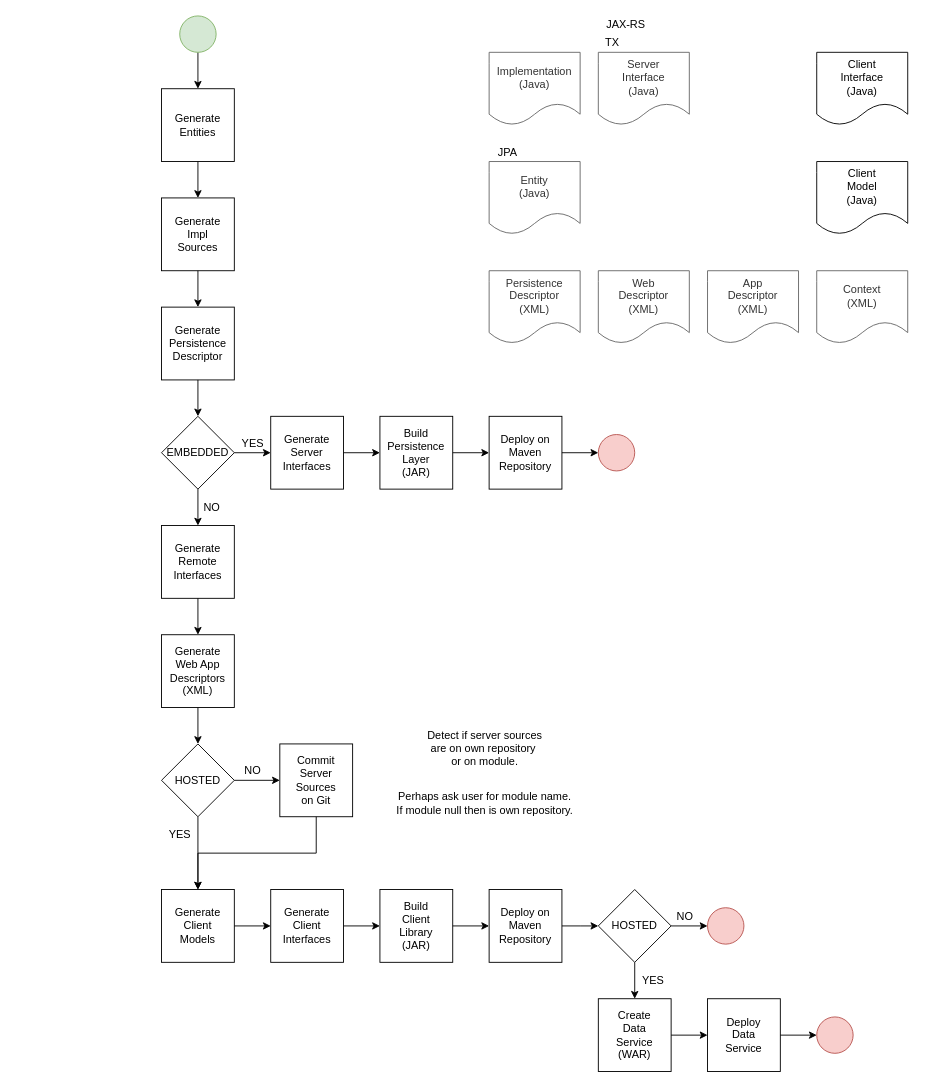
Earlier version of the draw.io diagram page "Page-7" (7 of 8) of doc/diagrams.drawio (js-lib-com/tiny-store). Source tidied: cells renumbered, new cells numbered last; positions are measured from the earlier drawing's top-left corner, leaving out a move shared by most shapes. Both pictures are drawn from the tidied source at 91%, with x=0, y=0 at pixel (161, 15).
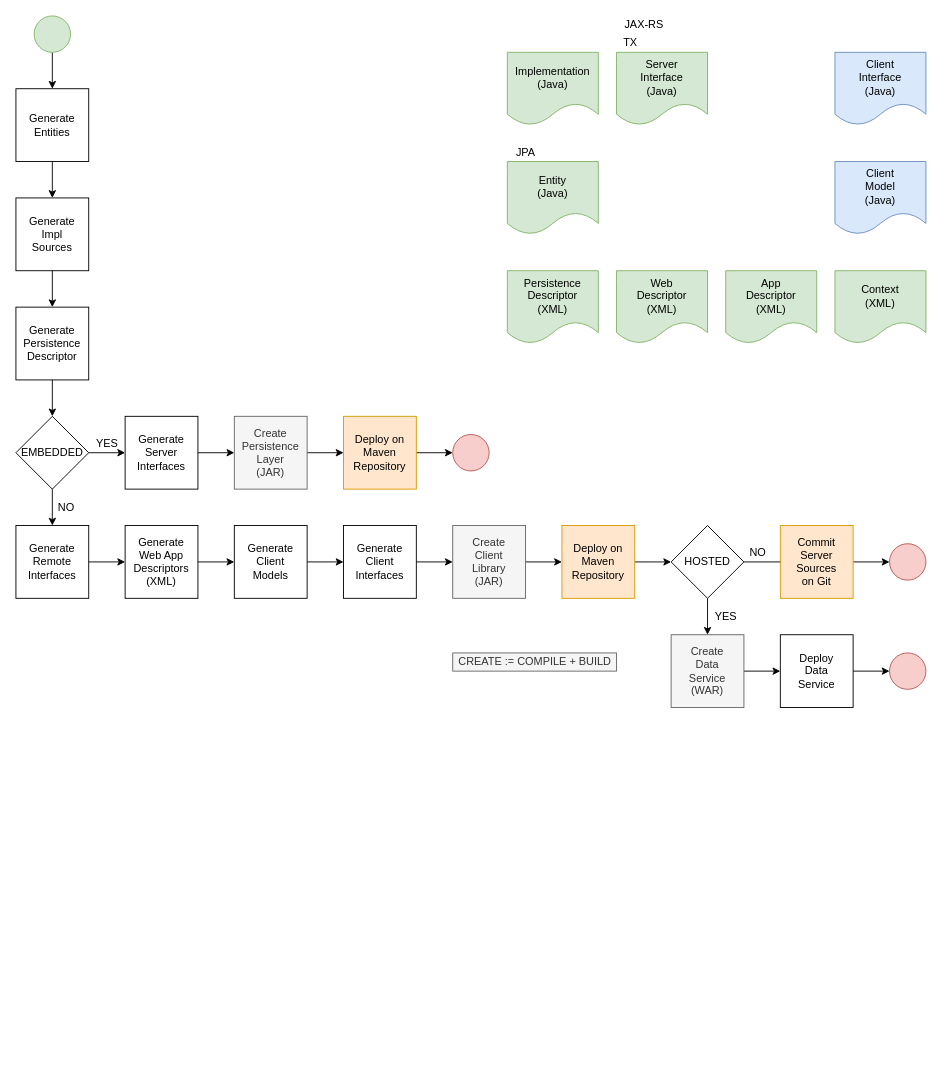
Above is the later version.

Change to the diagram source:
```diff
@@
     <mxCell id="3" style="ellipse;whiteSpace=wrap;html=1;fillColor=#d5e8d4;strokeColor=#82b366;" parent="1" vertex="1">
-      <mxGeometry x="20" width="40" height="40" as="geometry" />
+      <mxGeometry x="-140" width="40" height="40" as="geometry" />
     </mxCell>
@@
     <mxCell id="6" value="EMBEDDED" style="rhombus;whiteSpace=wrap;html=1;fillColor=none;" parent="1" vertex="1">
-      <mxGeometry y="440" width="80" height="80" as="geometry" />
+      <mxGeometry x="-160" y="440" width="80" height="80" as="geometry" />
     </mxCell>
@@
     <mxCell id="8" value="Generate&lt;br&gt;Impl&lt;br&gt;Sources" style="whiteSpace=wrap;html=1;fillColor=none;" parent="1" vertex="1">
-      <mxGeometry y="200" width="80" height="80" as="geometry" />
+      <mxGeometry x="-160" y="200" width="80" height="80" as="geometry" />
     </mxCell>
@@
-    <mxCell id="10" value="Build&lt;br&gt;Persistence&lt;br&gt;Layer&lt;br&gt;(JAR)" style="whiteSpace=wrap;html=1;fillColor=none;" parent="1" vertex="1">
-      <mxGeometry x="240" y="440" width="80" height="80" as="geometry" />
+    <mxCell id="10" value="Create&lt;br&gt;Persistence&lt;br&gt;Layer&lt;br&gt;(JAR)" style="whiteSpace=wrap;html=1;fillColor=#f5f5f5;fontColor=#333333;strokeColor=#666666;" parent="1" vertex="1">
+      <mxGeometry x="80" y="440" width="80" height="80" as="geometry" />
     </mxCell>
     <mxCell id="11" value="YES" style="text;html=1;align=center;verticalAlign=middle;strokeColor=none;fillColor=none;" parent="1" vertex="1">
-      <mxGeometry x="80" y="460" width="40" height="20" as="geometry" />
+      <mxGeometry x="-80" y="460" width="40" height="20" as="geometry" />
     </mxCell>
     <mxCell id="12" style="ellipse;whiteSpace=wrap;html=1;fillColor=#f8cecc;strokeColor=#b85450;" parent="1" vertex="1">
-      <mxGeometry x="480" y="460" width="40" height="40" as="geometry" />
+      <mxGeometry x="320" y="460" width="40" height="40" as="geometry" />
     </mxCell>
@@
     <mxCell id="14" value="Generate&lt;br&gt;Persistence&lt;br&gt;Descriptor" style="whiteSpace=wrap;html=1;fillColor=none;" parent="1" vertex="1">
-      <mxGeometry y="320" width="80" height="80" as="geometry" />
+      <mxGeometry x="-160" y="320" width="80" height="80" as="geometry" />
     </mxCell>
-    <mxCell id="15" style="edgeStyle=orthogonalEdgeStyle;rounded=0;jettySize=auto;html=1;exitX=0.5;exitY=1;exitDx=0;exitDy=0;" parent="1" edge="1" source="16" target="40">
-      <mxGeometry relative="1" as="geometry" />
-    </mxCell>
-    <mxCell id="16" value="Commit&lt;br&gt;Server&lt;br&gt;Sources&lt;br&gt;on Git" style="whiteSpace=wrap;html=1;fillColor=none;" parent="1" vertex="1">
-      <mxGeometry x="130" y="800" width="80" height="80" as="geometry" />
-    </mxCell>
     <mxCell id="17" value="NO" style="text;html=1;align=center;verticalAlign=middle;strokeColor=none;fillColor=none;" parent="1" vertex="1">
-      <mxGeometry x="40" y="530" width="30" height="20" as="geometry" />
+      <mxGeometry x="-120" y="530" width="30" height="20" as="geometry" />
     </mxCell>
@@
     <mxCell id="19" value="Generate&lt;br&gt;Client&lt;br&gt;Interfaces" style="whiteSpace=wrap;html=1;fillColor=none;" parent="1" vertex="1">
-      <mxGeometry x="120" y="960" width="80" height="80" as="geometry" />
+      <mxGeometry x="200" y="560" width="80" height="80" as="geometry" />
     </mxCell>
@@
-    <mxCell id="21" value="Deploy on&lt;br&gt;Maven&lt;br&gt;Repository" style="whiteSpace=wrap;html=1;fillColor=none;" parent="1" vertex="1">
-      <mxGeometry x="360" y="440" width="80" height="80" as="geometry" />
+    <mxCell id="21" value="Deploy on&lt;br&gt;Maven&lt;br&gt;Repository" style="whiteSpace=wrap;html=1;fillColor=#ffe6cc;strokeColor=#d79b00;" parent="1" vertex="1">
+      <mxGeometry x="200" y="440" width="80" height="80" as="geometry" />
     </mxCell>
@@
-    <mxCell id="23" value="Build&lt;br&gt;Client&lt;br&gt;Library&lt;br&gt;(JAR)" style="whiteSpace=wrap;html=1;fillColor=none;" parent="1" vertex="1">
-      <mxGeometry x="240" y="960" width="80" height="80" as="geometry" />
+    <mxCell id="23" value="Create&lt;br&gt;Client&lt;br&gt;Library&lt;br&gt;(JAR)" style="whiteSpace=wrap;html=1;fillColor=#f5f5f5;fontColor=#333333;strokeColor=#666666;" parent="1" vertex="1">
+      <mxGeometry x="320" y="560" width="80" height="80" as="geometry" />
     </mxCell>
@@
     <mxCell id="25" value="Generate&lt;br&gt;Server&lt;br&gt;Interfaces" style="whiteSpace=wrap;html=1;fillColor=none;" parent="1" vertex="1">
-      <mxGeometry x="120" y="440" width="80" height="80" as="geometry" />
+      <mxGeometry x="-40" y="440" width="80" height="80" as="geometry" />
     </mxCell>
@@
     <mxCell id="27" value="Generate&lt;br&gt;Remote&lt;br&gt;Interfaces" style="whiteSpace=wrap;html=1;fillColor=none;" parent="1" vertex="1">
-      <mxGeometry y="560" width="80" height="80" as="geometry" />
+      <mxGeometry x="-160" y="560" width="80" height="80" as="geometry" />
     </mxCell>
-    <mxCell id="28" value="Implementation&lt;br&gt;(Java)" style="shape=document;whiteSpace=wrap;html=1;boundedLbl=1;fillColor=none;fontColor=#333333;strokeColor=#666666;" parent="1" vertex="1">
-      <mxGeometry x="360" y="40" width="100" height="80" as="geometry" />
+    <mxCell id="28" value="Implementation&lt;br&gt;(Java)" style="shape=document;whiteSpace=wrap;html=1;boundedLbl=1;fillColor=#d5e8d4;strokeColor=#82b366;" parent="1" vertex="1">
+      <mxGeometry x="380" y="40" width="100" height="80" as="geometry" />
     </mxCell>
-    <mxCell id="29" value="Server&lt;br&gt;Interface&lt;br&gt;(Java)" style="shape=document;whiteSpace=wrap;html=1;boundedLbl=1;fillColor=none;fontColor=#333333;strokeColor=#666666;" parent="1" vertex="1">
-      <mxGeometry x="480" y="40" width="100" height="80" as="geometry" />
+    <mxCell id="29" value="Server&lt;br&gt;Interface&lt;br&gt;(Java)" style="shape=document;whiteSpace=wrap;html=1;boundedLbl=1;fillColor=#d5e8d4;strokeColor=#82b366;" parent="1" vertex="1">
+      <mxGeometry x="500" y="40" width="100" height="80" as="geometry" />
     </mxCell>
-    <mxCell id="30" value="Client&lt;br&gt;Interface&lt;br&gt;(Java)" style="shape=document;whiteSpace=wrap;html=1;boundedLbl=1;fillColor=none;" parent="1" vertex="1">
-      <mxGeometry x="720" y="40" width="100" height="80" as="geometry" />
+    <mxCell id="30" value="Client&lt;br&gt;Interface&lt;br&gt;(Java)" style="shape=document;whiteSpace=wrap;html=1;boundedLbl=1;fillColor=#dae8fc;strokeColor=#6c8ebf;" parent="1" vertex="1">
+      <mxGeometry x="740" y="40" width="100" height="80" as="geometry" />
     </mxCell>
-    <mxCell id="31" value="Entity&lt;br&gt;(Java)" style="shape=document;whiteSpace=wrap;html=1;boundedLbl=1;fillColor=none;strokeColor=#666666;fontColor=#333333;" parent="1" vertex="1">
-      <mxGeometry x="360" y="160" width="100" height="80" as="geometry" />
+    <mxCell id="31" value="Entity&lt;br&gt;(Java)" style="shape=document;whiteSpace=wrap;html=1;boundedLbl=1;fillColor=#d5e8d4;strokeColor=#82b366;" parent="1" vertex="1">
+      <mxGeometry x="380" y="160" width="100" height="80" as="geometry" />
     </mxCell>
-    <mxCell id="32" value="Client&lt;br&gt;Model&lt;br&gt;(Java)" style="shape=document;whiteSpace=wrap;html=1;boundedLbl=1;fillColor=none;" parent="1" vertex="1">
-      <mxGeometry x="720" y="160" width="100" height="80" as="geometry" />
+    <mxCell id="32" value="Client&lt;br&gt;Model&lt;br&gt;(Java)" style="shape=document;whiteSpace=wrap;html=1;boundedLbl=1;fillColor=#dae8fc;strokeColor=#6c8ebf;" parent="1" vertex="1">
+      <mxGeometry x="740" y="160" width="100" height="80" as="geometry" />
     </mxCell>
     <mxCell id="33" value="JAX-RS" style="text;html=1;align=center;verticalAlign=middle;strokeColor=none;fillColor=none;" parent="1" vertex="1">
-      <mxGeometry x="480" width="60" height="20" as="geometry" />
+      <mxGeometry x="500" width="60" height="20" as="geometry" />
     </mxCell>
     <mxCell id="34" value="TX" style="text;html=1;align=center;verticalAlign=middle;strokeColor=none;fillColor=none;" parent="1" vertex="1">
-      <mxGeometry x="480" y="20" width="30" height="20" as="geometry" />
+      <mxGeometry x="500" y="20" width="30" height="20" as="geometry" />
     </mxCell>
     <mxCell id="35" value="JPA" style="text;html=1;align=center;verticalAlign=middle;strokeColor=none;fillColor=none;" parent="1" vertex="1">
-      <mxGeometry x="360" y="140" width="40" height="20" as="geometry" />
+      <mxGeometry x="380" y="140" width="40" height="20" as="geometry" />
     </mxCell>
-    <mxCell id="36" value="Persistence&lt;br&gt;Descriptor&lt;br&gt;(XML)" style="shape=document;whiteSpace=wrap;html=1;boundedLbl=1;fillColor=none;fontColor=#333333;strokeColor=#666666;" parent="1" vertex="1">
-      <mxGeometry x="360" y="280" width="100" height="80" as="geometry" />
+    <mxCell id="36" value="Persistence&lt;br&gt;Descriptor&lt;br&gt;(XML)" style="shape=document;whiteSpace=wrap;html=1;boundedLbl=1;fillColor=#d5e8d4;strokeColor=#82b366;" parent="1" vertex="1">
+      <mxGeometry x="380" y="280" width="100" height="80" as="geometry" />
     </mxCell>
@@
     <mxCell id="38" value="Generate&lt;br&gt;Entities" style="whiteSpace=wrap;html=1;fillColor=none;" parent="1" vertex="1">
-      <mxGeometry y="80" width="80" height="80" as="geometry" />
+      <mxGeometry x="-160" y="80" width="80" height="80" as="geometry" />
     </mxCell>
@@
     <mxCell id="40" value="Generate&lt;br&gt;Client&lt;br&gt;Models" style="whiteSpace=wrap;html=1;fillColor=none;" parent="1" vertex="1">
-      <mxGeometry y="960" width="80" height="80" as="geometry" />
+      <mxGeometry x="80" y="560" width="80" height="80" as="geometry" />
     </mxCell>
     <mxCell id="41" style="edgeStyle=orthogonalEdgeStyle;rounded=0;jettySize=auto;html=1;" parent="1" edge="1" source="42">
       <mxGeometry relative="1" as="geometry">
-        <mxPoint x="480" y="1000" as="targetPoint" />
+        <mxPoint x="560" y="600" as="targetPoint" />
       </mxGeometry>
     </mxCell>
-    <mxCell id="42" value="Deploy on&lt;br&gt;Maven&lt;br&gt;Repository" style="whiteSpace=wrap;html=1;fillColor=none;" parent="1" vertex="1">
-      <mxGeometry x="360" y="960" width="80" height="80" as="geometry" />
+    <mxCell id="42" value="Deploy on&lt;br&gt;Maven&lt;br&gt;Repository" style="whiteSpace=wrap;html=1;fillColor=#ffe6cc;strokeColor=#d79b00;" parent="1" vertex="1">
+      <mxGeometry x="440" y="560" width="80" height="80" as="geometry" />
     </mxCell>
     <mxCell id="43" style="ellipse;whiteSpace=wrap;html=1;fillColor=#f8cecc;strokeColor=#b85450;" parent="1" vertex="1">
-      <mxGeometry x="600" y="980" width="40" height="40" as="geometry" />
+      <mxGeometry x="800" y="580" width="40" height="40" as="geometry" />
     </mxCell>
-    <mxCell id="44" style="edgeStyle=orthogonalEdgeStyle;rounded=0;jettySize=auto;html=1;" parent="1" edge="1" source="45" target="63">
+    <mxCell id="44" style="edgeStyle=orthogonalEdgeStyle;rounded=0;jettySize=auto;html=1;" parent="1" edge="1" source="45" target="40">
       <mxGeometry relative="1" as="geometry" />
     </mxCell>
     <mxCell id="45" value="Generate&lt;br&gt;Web App&lt;br&gt;Descriptors&lt;br&gt;(XML)" style="whiteSpace=wrap;html=1;fillColor=none;" parent="1" vertex="1">
-      <mxGeometry y="680" width="80" height="80" as="geometry" />
+      <mxGeometry x="-40" y="560" width="80" height="80" as="geometry" />
     </mxCell>
-    <mxCell id="46" value="Web&lt;br&gt;Descriptor&lt;br&gt;(XML)" style="shape=document;whiteSpace=wrap;html=1;boundedLbl=1;fillColor=none;strokeColor=#666666;fontColor=#333333;" parent="1" vertex="1">
-      <mxGeometry x="480" y="280" width="100" height="80" as="geometry" />
+    <mxCell id="46" value="Web&lt;br&gt;Descriptor&lt;br&gt;(XML)" style="shape=document;whiteSpace=wrap;html=1;boundedLbl=1;fillColor=#d5e8d4;strokeColor=#82b366;" parent="1" vertex="1">
+      <mxGeometry x="500" y="280" width="100" height="80" as="geometry" />
     </mxCell>
-    <mxCell id="47" value="App&lt;br&gt;Descriptor&lt;br&gt;(XML)" style="shape=document;whiteSpace=wrap;html=1;boundedLbl=1;fillColor=none;strokeColor=#666666;fontColor=#333333;" parent="1" vertex="1">
-      <mxGeometry x="600" y="280" width="100" height="80" as="geometry" />
+    <mxCell id="47" value="App&lt;br&gt;Descriptor&lt;br&gt;(XML)" style="shape=document;whiteSpace=wrap;html=1;boundedLbl=1;fillColor=#d5e8d4;strokeColor=#82b366;" parent="1" vertex="1">
+      <mxGeometry x="620" y="280" width="100" height="80" as="geometry" />
     </mxCell>
-    <mxCell id="48" value="Context&lt;br&gt;(XML)" style="shape=document;whiteSpace=wrap;html=1;boundedLbl=1;fillColor=none;strokeColor=#666666;fontColor=#333333;" parent="1" vertex="1">
-      <mxGeometry x="720" y="280" width="100" height="80" as="geometry" />
+    <mxCell id="48" value="Context&lt;br&gt;(XML)" style="shape=document;whiteSpace=wrap;html=1;boundedLbl=1;fillColor=#d5e8d4;strokeColor=#82b366;" parent="1" vertex="1">
+      <mxGeometry x="740" y="280" width="100" height="80" as="geometry" />
     </mxCell>
-    <mxCell id="49" value="Detect if server sources&lt;br&gt;are on own repository&amp;nbsp;&lt;br&gt;or on module." style="text;html=1;align=center;verticalAlign=middle;strokeColor=none;fillColor=none;" parent="1" vertex="1">
-      <mxGeometry x="285" y="780" width="140" height="50" as="geometry" />
-    </mxCell>
-    <mxCell id="50" value="Perhaps ask user for module name. &lt;br&gt;If module null then is own repository." style="text;html=1;align=center;verticalAlign=middle;strokeColor=none;fillColor=none;" parent="1" vertex="1">
-      <mxGeometry x="250" y="850" width="210" height="30" as="geometry" />
-    </mxCell>
@@
-    <mxCell id="52" value="Create&lt;br&gt;Data&lt;br&gt;Service&lt;br&gt;(WAR)" style="whiteSpace=wrap;html=1;fillColor=none;" parent="1" vertex="1">
-      <mxGeometry x="480" y="1080" width="80" height="80" as="geometry" />
+    <mxCell id="52" value="Create&lt;br&gt;Data&lt;br&gt;Service&lt;br&gt;(WAR)" style="whiteSpace=wrap;html=1;fillColor=#f5f5f5;fontColor=#333333;strokeColor=#666666;" parent="1" vertex="1">
+      <mxGeometry x="560" y="680" width="80" height="80" as="geometry" />
     </mxCell>
@@
-    <mxCell id="54" style="edgeStyle=orthogonalEdgeStyle;rounded=0;jettySize=auto;html=1;" parent="1" edge="1" source="55" target="43">
+    <mxCell id="54" style="edgeStyle=orthogonalEdgeStyle;rounded=0;jettySize=auto;html=1;startArrow=none;" parent="1" edge="1" source="16" target="43">
       <mxGeometry relative="1" as="geometry" />
     </mxCell>
     <mxCell id="55" value="HOSTED" style="rhombus;whiteSpace=wrap;html=1;fillColor=none;" parent="1" vertex="1">
-      <mxGeometry x="480" y="960" width="80" height="80" as="geometry" />
+      <mxGeometry x="560" y="560" width="80" height="80" as="geometry" />
     </mxCell>
     <mxCell id="56" value="NO" style="text;html=1;align=center;verticalAlign=middle;strokeColor=none;fillColor=none;" parent="1" vertex="1">
-      <mxGeometry x="560" y="980" width="30" height="20" as="geometry" />
+      <mxGeometry x="640" y="580" width="30" height="20" as="geometry" />
     </mxCell>
     <mxCell id="57" value="YES" style="text;html=1;align=center;verticalAlign=middle;strokeColor=none;fillColor=none;" parent="1" vertex="1">
-      <mxGeometry x="520" y="1050" width="40" height="20" as="geometry" />
+      <mxGeometry x="600" y="650" width="40" height="20" as="geometry" />
     </mxCell>
@@
     <mxCell id="59" value="Deploy&lt;br&gt;Data&lt;br&gt;Service" style="whiteSpace=wrap;html=1;fillColor=none;" parent="1" vertex="1">
-      <mxGeometry x="600" y="1080" width="80" height="80" as="geometry" />
+      <mxGeometry x="680" y="680" width="80" height="80" as="geometry" />
     </mxCell>
     <mxCell id="60" style="ellipse;whiteSpace=wrap;html=1;fillColor=#f8cecc;strokeColor=#b85450;" parent="1" vertex="1">
-      <mxGeometry x="720" y="1100" width="40" height="40" as="geometry" />
+      <mxGeometry x="800" y="700" width="40" height="40" as="geometry" />
     </mxCell>
-    <mxCell id="61" style="edgeStyle=orthogonalEdgeStyle;rounded=0;jettySize=auto;html=1;" parent="1" edge="1" source="63" target="40">
-      <mxGeometry relative="1" as="geometry" />
-    </mxCell>
-    <mxCell id="62" style="edgeStyle=orthogonalEdgeStyle;rounded=0;jettySize=auto;html=1;" parent="1" edge="1" source="63" target="16">
-      <mxGeometry relative="1" as="geometry" />
-    </mxCell>
-    <mxCell id="63" value="HOSTED" style="rhombus;whiteSpace=wrap;html=1;fillColor=none;" parent="1" vertex="1">
-      <mxGeometry y="800" width="80" height="80" as="geometry" />
-    </mxCell>
-    <mxCell id="64" value="NO" style="text;html=1;align=center;verticalAlign=middle;strokeColor=none;fillColor=none;" parent="1" vertex="1">
-      <mxGeometry x="85" y="820" width="30" height="20" as="geometry" />
-    </mxCell>
-    <mxCell id="65" value="YES" style="text;html=1;align=center;verticalAlign=middle;strokeColor=none;fillColor=none;" parent="1" vertex="1">
-      <mxGeometry y="890" width="40" height="20" as="geometry" />
-    </mxCell>
+    <mxCell id="16" value="Commit&lt;br&gt;Server&lt;br&gt;Sources&lt;br&gt;on Git" style="whiteSpace=wrap;html=1;fillColor=#ffe6cc;strokeColor=#d79b00;" parent="1" vertex="1">
+      <mxGeometry x="680" y="560" width="80" height="80" as="geometry" />
+    </mxCell>
+    <mxCell id="66" style="edgeStyle=orthogonalEdgeStyle;rounded=0;jettySize=auto;html=1;endArrow=none;" parent="1" edge="1" source="55" target="16">
+      <mxGeometry relative="1" as="geometry" />
+    </mxCell>
+    <mxCell id="67" value="CREATE := COMPILE + BUILD" style="text;html=1;align=center;verticalAlign=middle;strokeColor=#666666;fillColor=#f5f5f5;fontColor=#333333;" parent="1" vertex="1">
+      <mxGeometry x="320" y="700" width="180" height="20" as="geometry" />
+    </mxCell>
```
